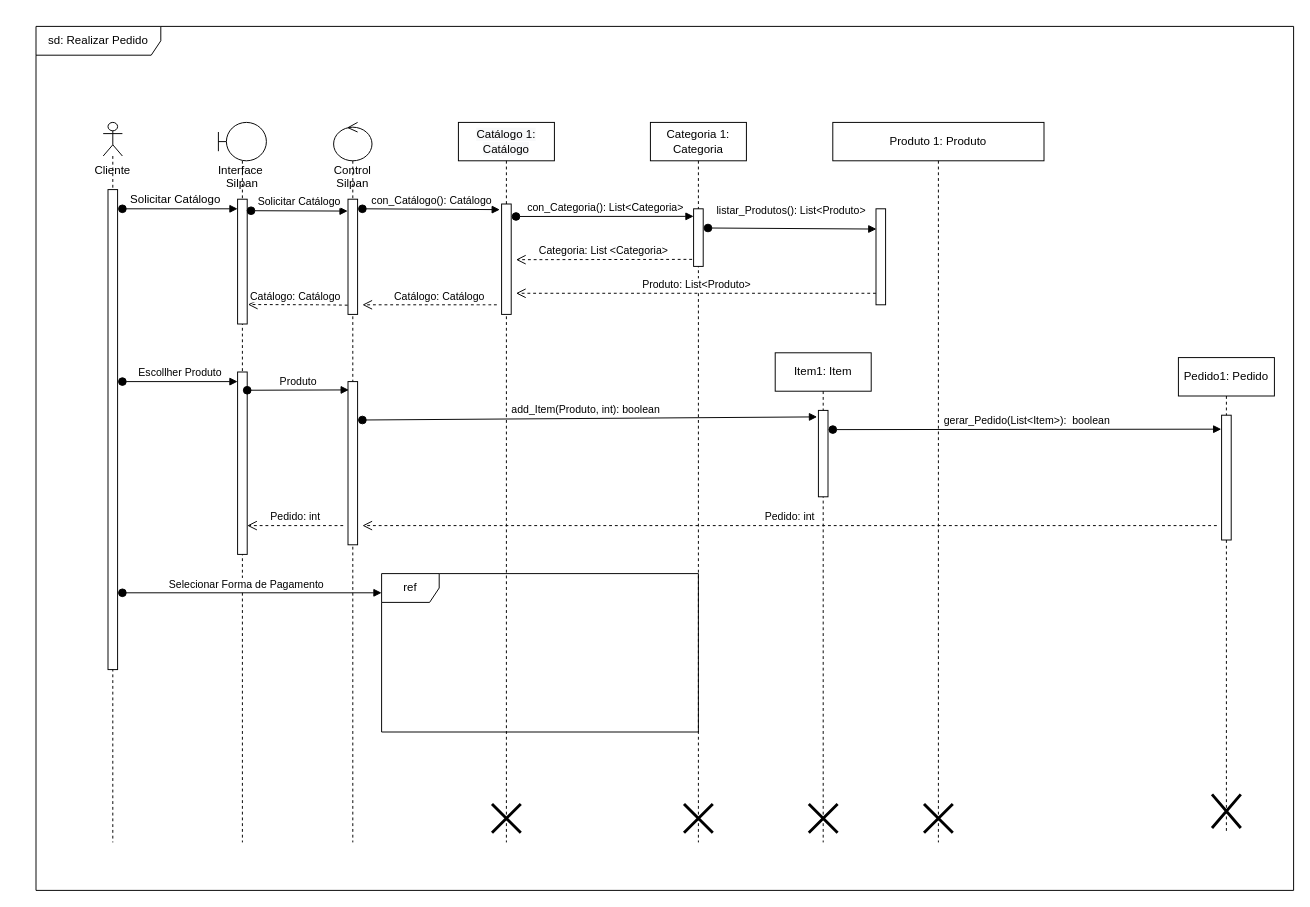
Systematicos/Silpan-AMS keeps this draw.io diagram as Diagrama de Sequencia/Diagrama de Sequência.Pedido.drawio. Above is the earlier version. Source tidied: cells renumbered, new cells numbered last; positions are measured from the earlier drawing's top-left corner, leaving out a move shared by most shapes. Both pictures are drawn from the tidied source at 96%, with x=0, y=0 at pixel (36, 26).
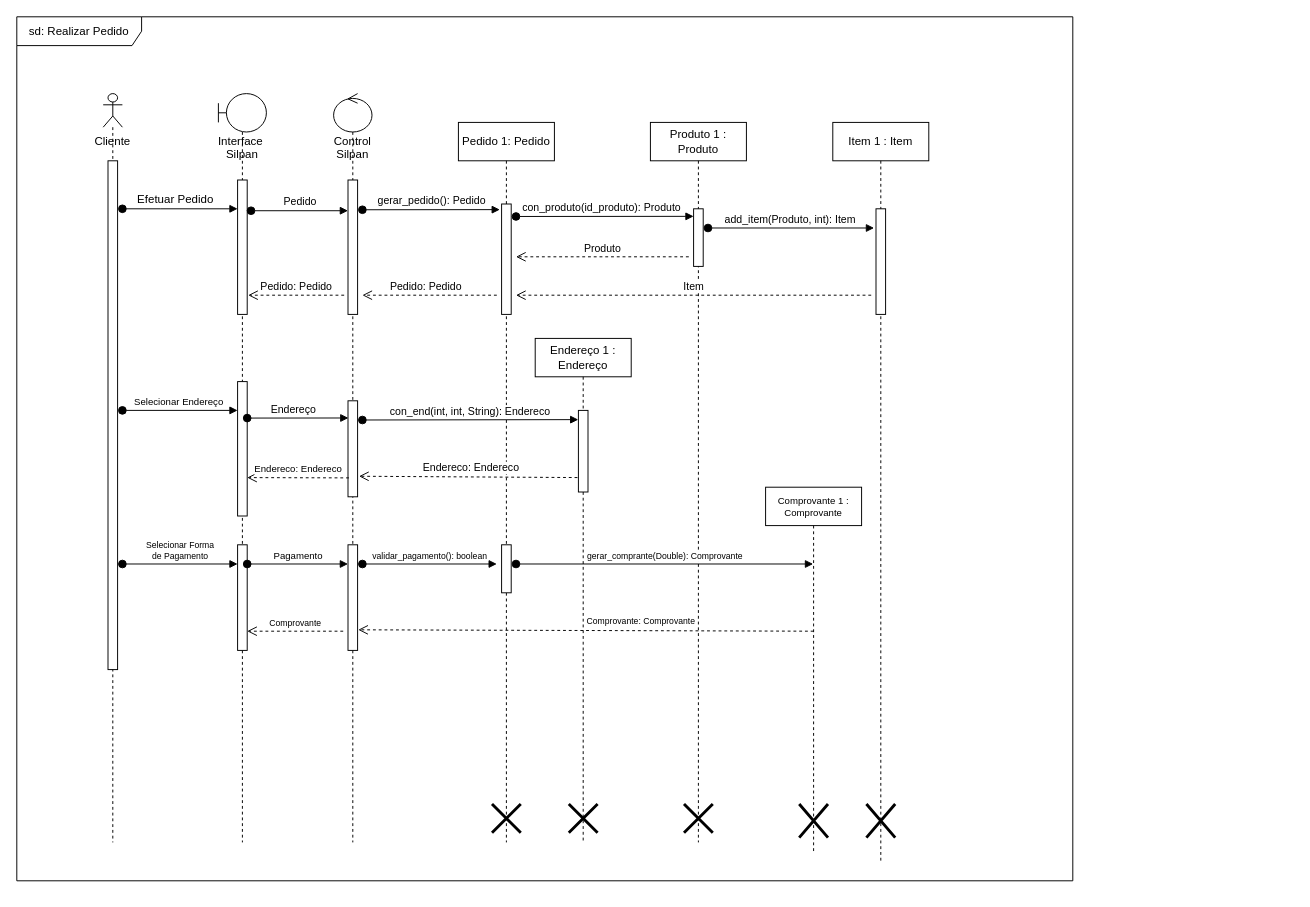
Above is the later version.

Commit message (it also covers changes not shown here):
[Atualização] - Diagrama de Sequencia e Classe de Implementação

Unchanged cells that the change refers to:
```xml
<mxCell id="3" style="html=1;points=[];perimeter=orthogonalPerimeter;" parent="2" vertex="1">
  <mxGeometry x="45" y="90" width="10" height="60" as="geometry" />
</mxCell>
<mxCell id="7" style="html=1;points=[];perimeter=orthogonalPerimeter;" parent="6" vertex="1">
  <mxGeometry x="45" y="85" width="10" height="115" as="geometry" />
</mxCell>
```

What changed in the source:
```diff
@@
-    <mxCell id="2" value="Categoria 1: Categoria" style="shape=umlLifeline;perimeter=lifelinePerimeter;whiteSpace=wrap;html=1;" parent="1" vertex="1">
+    <mxCell id="2" value="Produto 1 : Produto" style="shape=umlLifeline;perimeter=lifelinePerimeter;whiteSpace=wrap;html=1;" parent="1" vertex="1">
       <mxGeometry x="640" y="100" width="100" height="750" as="geometry" />
     </mxCell>
@@
-    <mxCell id="4" value="listar_Produtos(): List&amp;lt;Produto&amp;gt;&amp;nbsp;" style="html=1;verticalAlign=bottom;startArrow=oval;startFill=1;endArrow=block;startSize=8;entryX=0.045;entryY=0.211;entryDx=0;entryDy=0;entryPerimeter=0;" parent="2" edge="1" target="24">
-      <mxGeometry y="10" relative="1" as="geometry">
-        <mxPoint x="60" y="110" as="sourcePoint" />
-      </mxGeometry>
-    </mxCell>
@@
+    <mxCell id="44" value="add_item(Produto, int): Item&amp;nbsp;" style="html=1;verticalAlign=bottom;startArrow=oval;startFill=1;endArrow=block;startSize=8;" parent="2" edge="1">
+      <mxGeometry relative="1" as="geometry">
+        <mxPoint x="60" y="110" as="sourcePoint" />
+        <mxPoint x="233" y="110" as="targetPoint" />
+      </mxGeometry>
+    </mxCell>
+    <mxCell id="45" value="Comprovante: Comprovante" style="html=1;verticalAlign=bottom;endArrow=open;dashed=1;endSize=8;fontSize=9;entryX=1.067;entryY=0.805;entryDx=0;entryDy=0;entryPerimeter=0;" parent="2" edge="1" target="54">
+      <mxGeometry x="-0.24" y="-1" relative="1" as="geometry">
+        <mxPoint x="170" y="530" as="sourcePoint" />
+      </mxGeometry>
+    </mxCell>
-    <mxCell id="6" value="&#10;&#10;&lt;span style=&quot;color: rgb(0, 0, 0); font-family: helvetica; font-size: 12px; font-style: normal; font-weight: 400; letter-spacing: normal; text-align: center; text-indent: 0px; text-transform: none; word-spacing: 0px; background-color: rgb(248, 249, 250); display: inline; float: none;&quot;&gt;Catálogo 1: Catálogo&lt;/span&gt;&#10;&#10;" style="shape=umlLifeline;perimeter=lifelinePerimeter;whiteSpace=wrap;html=1;" parent="1" vertex="1">
+    <mxCell id="6" value="Pedido 1: Pedido" style="shape=umlLifeline;perimeter=lifelinePerimeter;whiteSpace=wrap;html=1;" parent="1" vertex="1">
       <mxGeometry x="440" y="100" width="100" height="750" as="geometry" />
     </mxCell>
@@
+    <mxCell id="46" value="Endereco: Endereco" style="html=1;verticalAlign=bottom;endArrow=open;dashed=1;endSize=8;entryX=1.148;entryY=0.786;entryDx=0;entryDy=0;entryPerimeter=0;" parent="6" edge="1" target="52">
+      <mxGeometry relative="1" as="geometry">
+        <mxPoint x="130" y="370" as="sourcePoint" />
+      </mxGeometry>
+    </mxCell>
+    <mxCell id="47" style="html=1;perimeter=orthogonalPerimeter;fontSize=10;" parent="6" vertex="1">
+      <mxGeometry x="45" y="440" width="10" height="50" as="geometry" />
+    </mxCell>
+    <mxCell id="48" value="gerar_comprante(Double): Comprovante" style="html=1;verticalAlign=bottom;startArrow=oval;startFill=1;endArrow=block;startSize=8;fontSize=9;" parent="6" edge="1" target="69">
+      <mxGeometry relative="1" as="geometry">
+        <mxPoint x="60" y="460" as="sourcePoint" />
+      </mxGeometry>
+    </mxCell>
     <mxCell id="9" value="sd: Realizar Pedido" style="shape=umlFrame;whiteSpace=wrap;html=1;width=130;height=30;" parent="1" vertex="1">
-      <mxGeometry width="1310" height="900" as="geometry" />
+      <mxGeometry x="-20" y="-10" width="1100" height="900" as="geometry" />
     </mxCell>
     <mxCell id="10" value="Cliente" style="shape=umlLifeline;participant=umlActor;perimeter=lifelinePerimeter;whiteSpace=wrap;html=1;verticalAlign=top;spacingTop=36;size=35;" parent="1" vertex="1">
-      <mxGeometry x="70" y="100" width="20" height="750" as="geometry" />
+      <mxGeometry x="70" y="70" width="20" height="780" as="geometry" />
     </mxCell>
     <mxCell id="11" style="html=1;perimeter=orthogonalPerimeter;" parent="10" vertex="1">
-      <mxGeometry x="5" y="70" width="10" height="500" as="geometry" />
+      <mxGeometry x="5" y="70" width="10" height="530" as="geometry" />
     </mxCell>
     <mxCell id="12" value="Interface&amp;nbsp; Silpan" style="shape=umlLifeline;participant=umlBoundary;perimeter=lifelinePerimeter;whiteSpace=wrap;html=1;verticalAlign=top;spacingTop=36;size=40;" parent="1" vertex="1">
-      <mxGeometry x="190" y="100" width="50" height="750" as="geometry" />
+      <mxGeometry x="190" y="70" width="50" height="780" as="geometry" />
     </mxCell>
     <mxCell id="13" style="html=1;points=[];perimeter=orthogonalPerimeter;" parent="12" vertex="1">
-      <mxGeometry x="20" y="80" width="10" height="130" as="geometry" />
+      <mxGeometry x="20" y="90" width="10" height="140" as="geometry" />
     </mxCell>
-    <mxCell id="14" style="html=1;perimeter=orthogonalPerimeter;" parent="12" vertex="1">
-      <mxGeometry x="20" y="260" width="10" height="190" as="geometry" />
-    </mxCell>
+    <mxCell id="49" style="html=1;perimeter=orthogonalPerimeter;" parent="12" vertex="1">
+      <mxGeometry x="20" y="300" width="10" height="140" as="geometry" />
+    </mxCell>
+    <mxCell id="50" style="html=1;perimeter=orthogonalPerimeter;" parent="12" vertex="1">
+      <mxGeometry x="20" y="470" width="10" height="110" as="geometry" />
+    </mxCell>
+    <mxCell id="51" value="Pagamento" style="html=1;verticalAlign=bottom;startArrow=oval;startFill=1;endArrow=block;startSize=8;fontSize=10;" parent="12" edge="1" target="54">
+      <mxGeometry relative="1" as="geometry">
+        <mxPoint x="30" y="490" as="sourcePoint" />
+      </mxGeometry>
+    </mxCell>
-    <mxCell id="15" style="html=1;verticalAlign=bottom;startArrow=oval;startFill=1;endArrow=block;startSize=8;exitX=0;exitY=1;exitDx=0;exitDy=0;exitPerimeter=0;" parent="1" edge="1" source="27" target="13">
+    <mxCell id="15" style="html=1;verticalAlign=bottom;startArrow=oval;startFill=1;endArrow=block;startSize=8;exitX=0;exitY=1;exitDx=0;exitDy=0;exitPerimeter=0;" parent="1" edge="1" target="13">
       <mxGeometry relative="1" as="geometry">
+        <mxPoint x="90" y="190" as="sourcePoint" />
         <Array as="points">
           <mxPoint x="140" y="190" />
         </Array>
       </mxGeometry>
     </mxCell>
     <mxCell id="16" value="Control Silpan" style="shape=umlLifeline;participant=umlControl;perimeter=lifelinePerimeter;whiteSpace=wrap;html=1;verticalAlign=top;spacingTop=36;" parent="1" vertex="1">
-      <mxGeometry x="310" y="100" width="40" height="750" as="geometry" />
+      <mxGeometry x="310" y="70" width="40" height="780" as="geometry" />
     </mxCell>
     <mxCell id="17" style="html=1;points=[];perimeter=orthogonalPerimeter;" parent="16" vertex="1">
-      <mxGeometry x="15" y="80" width="10" height="120" as="geometry" />
+      <mxGeometry x="15" y="90" width="10" height="140" as="geometry" />
     </mxCell>
-    <mxCell id="18" value="con_Catálogo(): Catálogo" style="html=1;verticalAlign=bottom;startArrow=oval;startFill=1;endArrow=block;startSize=8;entryX=-0.183;entryY=0.051;entryDx=0;entryDy=0;entryPerimeter=0;" parent="16" edge="1" target="7">
-      <mxGeometry relative="1" as="geometry">
-        <mxPoint x="30" y="90" as="sourcePoint" />
-      </mxGeometry>
-    </mxCell>
-    <mxCell id="19" style="html=1;points=[];perimeter=orthogonalPerimeter;" parent="16" vertex="1">
-      <mxGeometry x="15" y="270" width="10" height="170" as="geometry" />
-    </mxCell>
-    <mxCell id="20" value="add_Item(Produto, int): boolean&amp;nbsp; &amp;nbsp;" style="html=1;verticalAlign=bottom;startArrow=oval;startFill=1;endArrow=block;startSize=8;entryX=-0.133;entryY=0.075;entryDx=0;entryDy=0;entryPerimeter=0;" parent="16" edge="1" target="34">
-      <mxGeometry relative="1" as="geometry">
-        <mxPoint x="30" y="310" as="sourcePoint" />
-      </mxGeometry>
-    </mxCell>
+    <mxCell id="52" style="html=1;points=[];perimeter=orthogonalPerimeter;" parent="16" vertex="1">
+      <mxGeometry x="15" y="320" width="10" height="100" as="geometry" />
+    </mxCell>
+    <mxCell id="53" value="con_end(int, int, String): Endereco" style="html=1;verticalAlign=bottom;startArrow=oval;startFill=1;endArrow=block;startSize=8;entryX=-0.01;entryY=0.113;entryDx=0;entryDy=0;entryPerimeter=0;" parent="16" edge="1" target="65">
+      <mxGeometry relative="1" as="geometry">
+        <mxPoint x="30" y="340" as="sourcePoint" />
+      </mxGeometry>
+    </mxCell>
+    <mxCell id="54" style="html=1;points=[];perimeter=orthogonalPerimeter;" parent="16" vertex="1">
+      <mxGeometry x="15" y="470" width="10" height="110" as="geometry" />
+    </mxCell>
+    <mxCell id="55" value="validar_pagamento(): boolean" style="html=1;verticalAlign=bottom;startArrow=oval;startFill=1;endArrow=block;startSize=8;fontSize=9;" parent="16" edge="1">
+      <mxGeometry relative="1" as="geometry">
+        <mxPoint x="30" y="490" as="sourcePoint" />
+        <mxPoint x="170" y="490" as="targetPoint" />
+      </mxGeometry>
+    </mxCell>
-    <mxCell id="21" value="Solicitar Catálogo" style="html=1;verticalAlign=bottom;startArrow=oval;startFill=1;endArrow=block;startSize=8;entryX=-0.033;entryY=0.103;entryDx=0;entryDy=0;entryPerimeter=0;" parent="1" edge="1" target="17">
+    <mxCell id="21" value="Pedido" style="html=1;verticalAlign=bottom;startArrow=oval;startFill=1;endArrow=block;startSize=8;" parent="1" edge="1" target="17">
       <mxGeometry relative="1" as="geometry">
         <mxPoint x="224" y="192" as="sourcePoint" />
       </mxGeometry>
     </mxCell>
-    <mxCell id="22" value="con_Categoria(): List&amp;lt;Categoria&amp;gt;" style="html=1;verticalAlign=bottom;startArrow=oval;startFill=1;endArrow=block;startSize=8;entryX=0;entryY=0.131;entryDx=0;entryDy=0;entryPerimeter=0;" parent="1" edge="1" target="3">
-      <mxGeometry relative="1" as="geometry">
+    <mxCell id="22" value="con_produto(id_produto): Produto" style="html=1;verticalAlign=bottom;startArrow=oval;startFill=1;endArrow=block;startSize=8;entryX=0;entryY=0.131;entryDx=0;entryDy=0;entryPerimeter=0;" parent="1" edge="1" target="3">
+      <mxGeometry x="-0.03" relative="1" as="geometry">
         <mxPoint x="500" y="198" as="sourcePoint" />
+        <mxPoint x="-1" as="offset" />
       </mxGeometry>
     </mxCell>
-    <mxCell id="23" value="Produto 1: Produto" style="shape=umlLifeline;perimeter=lifelinePerimeter;whiteSpace=wrap;html=1;" parent="1" vertex="1">
-      <mxGeometry x="830" y="100" width="220" height="750" as="geometry" />
-    </mxCell>
-    <mxCell id="24" style="html=1;points=[];perimeter=orthogonalPerimeter;" parent="23" vertex="1">
-      <mxGeometry x="45" y="90" width="10" height="100" as="geometry" />
-    </mxCell>
-    <mxCell id="25" style="shape=umlDestroy;whiteSpace=wrap;html=1;strokeWidth=3;" parent="23" vertex="1">
-      <mxGeometry x="95" y="710" width="30" height="30" as="geometry" />
-    </mxCell>
-    <mxCell id="26" value="Catálogo: Catálogo" style="html=1;verticalAlign=bottom;endArrow=open;dashed=1;endSize=8;entryX=1.077;entryY=0.844;entryDx=0;entryDy=0;entryPerimeter=0;exitX=-0.042;exitY=0.92;exitDx=0;exitDy=0;exitPerimeter=0;" parent="1" edge="1" source="17" target="13">
-      <mxGeometry x="0.05" relative="1" as="geometry">
-        <Array as="points">
-          <mxPoint x="300" y="290" />
-        </Array>
-      </mxGeometry>
-    </mxCell>
-    <mxCell id="27" value="Solicitar Catálogo" style="text;html=1;align=center;verticalAlign=middle;points=[];" parent="1" vertex="1">
-      <mxGeometry x="90" y="170" width="110" height="20" as="geometry" />
-    </mxCell>
-    <mxCell id="28" value="Produto: List&amp;lt;Produto&amp;gt;" style="html=1;verticalAlign=bottom;endArrow=open;dashed=1;endSize=8;exitX=-0.01;exitY=0.88;exitDx=0;exitDy=0;exitPerimeter=0;" parent="1" edge="1" source="24">
-      <mxGeometry relative="1" as="geometry">
-        <mxPoint x="500" y="278" as="targetPoint" />
-      </mxGeometry>
-    </mxCell>
-    <mxCell id="29" value="Categoria: List &amp;lt;Categoria&amp;gt;" style="html=1;verticalAlign=bottom;endArrow=open;dashed=1;endSize=8;exitX=-0.155;exitY=0.878;exitDx=0;exitDy=0;exitPerimeter=0;" parent="1" edge="1" source="3">
-      <mxGeometry relative="1" as="geometry">
-        <mxPoint x="500" y="243" as="targetPoint" />
-      </mxGeometry>
-    </mxCell>
-    <mxCell id="30" value="Catálogo: Catálogo" style="html=1;verticalAlign=bottom;endArrow=open;dashed=1;endSize=8;" parent="1" edge="1">
-      <mxGeometry x="-0.14" relative="1" as="geometry">
-        <mxPoint x="480" y="290" as="sourcePoint" />
-        <mxPoint x="340" y="290" as="targetPoint" />
-        <Array as="points">
-          <mxPoint x="470" y="290" />
-        </Array>
-      </mxGeometry>
-    </mxCell>
-    <mxCell id="31" value="Escollher Produto" style="html=1;verticalAlign=bottom;startArrow=oval;startFill=1;endArrow=block;startSize=8;" parent="1" edge="1">
-      <mxGeometry relative="1" as="geometry">
-        <mxPoint x="90" y="370" as="sourcePoint" />
-        <mxPoint x="210" y="370" as="targetPoint" />
-      </mxGeometry>
-    </mxCell>
+    <mxCell id="18" value="gerar_pedido(): Pedido" style="html=1;verticalAlign=bottom;startArrow=oval;startFill=1;endArrow=block;startSize=8;entryX=-0.183;entryY=0.051;entryDx=0;entryDy=0;entryPerimeter=0;" parent="1" edge="1" target="7">
+      <mxGeometry relative="1" as="geometry">
+        <mxPoint x="340" y="191" as="sourcePoint" />
+      </mxGeometry>
+    </mxCell>
+    <mxCell id="56" value="Efetuar Pedido" style="text;html=1;align=center;verticalAlign=middle;" parent="1" vertex="1">
+      <mxGeometry x="100" y="170" width="90" height="20" as="geometry" />
+    </mxCell>
+    <mxCell id="57" value="Item 1 : Item" style="shape=umlLifeline;perimeter=lifelinePerimeter;whiteSpace=wrap;html=1;" parent="1" vertex="1">
+      <mxGeometry x="830" y="100" width="100" height="770" as="geometry" />
+    </mxCell>
+    <mxCell id="58" style="html=1;perimeter=orthogonalPerimeter;" parent="57" vertex="1">
+      <mxGeometry x="45" y="90" width="10" height="110" as="geometry" />
+    </mxCell>
+    <mxCell id="59" style="shape=umlDestroy;whiteSpace=wrap;html=1;strokeWidth=3;" parent="57" vertex="1">
+      <mxGeometry x="35" y="710" width="30" height="35" as="geometry" />
+    </mxCell>
+    <mxCell id="60" value="Item" style="html=1;verticalAlign=bottom;endArrow=open;dashed=1;endSize=8;" parent="1" edge="1">
+      <mxGeometry relative="1" as="geometry">
+        <mxPoint x="870" y="280" as="sourcePoint" />
+        <mxPoint x="500" y="280" as="targetPoint" />
+      </mxGeometry>
+    </mxCell>
-    <mxCell id="32" value="Produto" style="html=1;verticalAlign=bottom;startArrow=oval;startFill=1;endArrow=block;startSize=8;entryX=0.086;entryY=0.051;entryDx=0;entryDy=0;entryPerimeter=0;" parent="1" edge="1" target="19">
+    <mxCell id="32" value="Produto" style="html=1;verticalAlign=bottom;endArrow=open;dashed=1;endSize=8;" parent="1" edge="1">
       <mxGeometry relative="1" as="geometry">
-        <mxPoint x="220" y="379" as="sourcePoint" />
+        <mxPoint x="680" y="240" as="sourcePoint" />
+        <mxPoint x="500" y="240" as="targetPoint" />
       </mxGeometry>
     </mxCell>
-    <mxCell id="33" value="Item1: Item" style="shape=umlLifeline;perimeter=lifelinePerimeter;whiteSpace=wrap;html=1;" parent="1" vertex="1">
-      <mxGeometry x="770" y="340" width="100" height="510" as="geometry" />
-    </mxCell>
-    <mxCell id="34" style="html=1;points=[];perimeter=orthogonalPerimeter;" parent="33" vertex="1">
-      <mxGeometry x="45" y="60" width="10" height="90" as="geometry" />
-    </mxCell>
-    <mxCell id="35" value="gerar_Pedido(List&amp;lt;Item&amp;gt;):&amp;nbsp; boolean" style="html=1;verticalAlign=bottom;startArrow=oval;startFill=1;endArrow=block;startSize=8;entryX=-0.033;entryY=0.112;entryDx=0;entryDy=0;entryPerimeter=0;" parent="33" edge="1" target="38">
-      <mxGeometry relative="1" as="geometry">
-        <mxPoint x="60" y="80" as="sourcePoint" />
-      </mxGeometry>
-    </mxCell>
-    <mxCell id="36" style="shape=umlDestroy;whiteSpace=wrap;html=1;strokeWidth=3;" parent="33" vertex="1">
-      <mxGeometry x="35" y="470" width="30" height="30" as="geometry" />
-    </mxCell>
-    <mxCell id="37" value="Pedido1: Pedido" style="shape=umlLifeline;perimeter=lifelinePerimeter;whiteSpace=wrap;html=1;" parent="1" vertex="1">
-      <mxGeometry x="1190" y="345" width="100" height="495" as="geometry" />
-    </mxCell>
-    <mxCell id="38" style="html=1;points=[];perimeter=orthogonalPerimeter;" parent="37" vertex="1">
-      <mxGeometry x="45" y="60" width="10" height="130" as="geometry" />
-    </mxCell>
-    <mxCell id="39" style="shape=umlDestroy;whiteSpace=wrap;html=1;strokeWidth=3;" parent="37" vertex="1">
-      <mxGeometry x="35" y="455" width="30" height="35" as="geometry" />
-    </mxCell>
-    <mxCell id="40" value="Pedido: int" style="html=1;verticalAlign=bottom;endArrow=open;dashed=1;endSize=8;" parent="1" edge="1">
-      <mxGeometry relative="1" as="geometry">
-        <mxPoint x="1230" y="520" as="sourcePoint" />
-        <mxPoint x="340" y="520" as="targetPoint" />
-      </mxGeometry>
-    </mxCell>
-    <mxCell id="41" value="Pedido: int" style="html=1;verticalAlign=bottom;endArrow=open;dashed=1;endSize=8;" parent="1" edge="1">
-      <mxGeometry relative="1" as="geometry">
-        <mxPoint x="320" y="520" as="sourcePoint" />
-        <mxPoint x="220" y="520" as="targetPoint" />
-      </mxGeometry>
-    </mxCell>
+    <mxCell id="61" value="Pedido: Pedido" style="html=1;verticalAlign=bottom;endArrow=open;dashed=1;endSize=8;" parent="1" edge="1">
+      <mxGeometry relative="1" as="geometry">
+        <mxPoint x="321" y="280" as="sourcePoint" />
+        <mxPoint x="221" y="280" as="targetPoint" />
+      </mxGeometry>
+    </mxCell>
+    <mxCell id="62" value="Pedido: Pedido" style="html=1;verticalAlign=bottom;endArrow=open;dashed=1;endSize=8;" parent="1" edge="1">
+      <mxGeometry x="0.06" relative="1" as="geometry">
+        <mxPoint x="480" y="280" as="sourcePoint" />
+        <mxPoint x="340" y="280" as="targetPoint" />
+      </mxGeometry>
+    </mxCell>
+    <mxCell id="63" value="Endereço 1 : Endereço" style="shape=umlLifeline;perimeter=lifelinePerimeter;whiteSpace=wrap;html=1;" parent="1" vertex="1">
+      <mxGeometry x="520" y="325" width="100" height="525" as="geometry" />
+    </mxCell>
+    <mxCell id="64" style="shape=umlDestroy;whiteSpace=wrap;html=1;strokeWidth=3;" parent="63" vertex="1">
+      <mxGeometry x="35" y="485" width="30" height="30" as="geometry" />
+    </mxCell>
+    <mxCell id="65" style="html=1;points=[];perimeter=orthogonalPerimeter;" parent="63" vertex="1">
+      <mxGeometry x="45" y="75" width="10" height="85" as="geometry" />
+    </mxCell>
+    <mxCell id="66" value="Selecionar Endereço&amp;nbsp;" style="html=1;verticalAlign=bottom;startArrow=oval;startFill=1;endArrow=block;startSize=8;fontSize=10;" parent="1" edge="1">
+      <mxGeometry relative="1" as="geometry">
+        <mxPoint x="90" y="400" as="sourcePoint" />
+        <mxPoint x="210" y="400" as="targetPoint" />
+      </mxGeometry>
+    </mxCell>
+    <mxCell id="67" value="Endereço" style="html=1;verticalAlign=bottom;startArrow=oval;startFill=1;endArrow=block;startSize=8;entryX=0.045;entryY=0.179;entryDx=0;entryDy=0;entryPerimeter=0;" parent="1" edge="1" target="52">
+      <mxGeometry x="-0.09" relative="1" as="geometry">
+        <mxPoint x="220" y="408" as="sourcePoint" />
+      </mxGeometry>
+    </mxCell>
+    <mxCell id="68" value="Endereco: Endereco" style="html=1;verticalAlign=bottom;endArrow=open;dashed=1;endSize=8;exitX=0.1;exitY=0.803;exitDx=0;exitDy=0;exitPerimeter=0;fontSize=10;" parent="1" edge="1" source="52">
+      <mxGeometry relative="1" as="geometry">
+        <mxPoint x="220" y="470" as="targetPoint" />
+      </mxGeometry>
+    </mxCell>
-    <mxCell id="42" value="Selecionar Forma de Pagamento" style="html=1;verticalAlign=bottom;startArrow=oval;startFill=1;endArrow=block;startSize=8;" parent="1" edge="1">
-      <mxGeometry x="-0.04" relative="1" as="geometry">
-        <mxPoint x="90" y="590" as="sourcePoint" />
-        <mxPoint x="360" y="590" as="targetPoint" />
-        <mxPoint x="-1" as="offset" />
+    <mxCell id="42" value="Selecionar Forma &lt;br&gt;de Pagamento" style="html=1;verticalAlign=bottom;startArrow=oval;startFill=1;endArrow=block;startSize=8;fontSize=9;" parent="1" edge="1">
+      <mxGeometry relative="1" as="geometry">
+        <mxPoint x="90" y="560" as="sourcePoint" />
+        <mxPoint x="210" y="560" as="targetPoint" />
       </mxGeometry>
     </mxCell>
-    <mxCell id="43" value="ref" style="shape=umlFrame;whiteSpace=wrap;html=1;width=60;height=30;" parent="1" vertex="1">
-      <mxGeometry x="360" y="570" width="330" height="165" as="geometry" />
-    </mxCell>
+    <mxCell id="69" value="Comprovante 1 : Comprovante" style="shape=umlLifeline;perimeter=lifelinePerimeter;whiteSpace=wrap;html=1;outlineConnect=0;fontSize=10;" parent="1" vertex="1">
+      <mxGeometry x="760" y="480" width="100" height="380" as="geometry" />
+    </mxCell>
+    <mxCell id="70" style="shape=umlDestroy;whiteSpace=wrap;html=1;strokeWidth=3;" parent="69" vertex="1">
+      <mxGeometry x="35" y="330" width="30" height="35" as="geometry" />
+    </mxCell>
+    <mxCell id="71" value="Comprovante" style="html=1;verticalAlign=bottom;endArrow=open;dashed=1;endSize=8;fontSize=9;" parent="1" edge="1">
+      <mxGeometry relative="1" as="geometry">
+        <mxPoint x="320" y="630" as="sourcePoint" />
+        <mxPoint x="220" y="630" as="targetPoint" />
+      </mxGeometry>
+    </mxCell>
```
